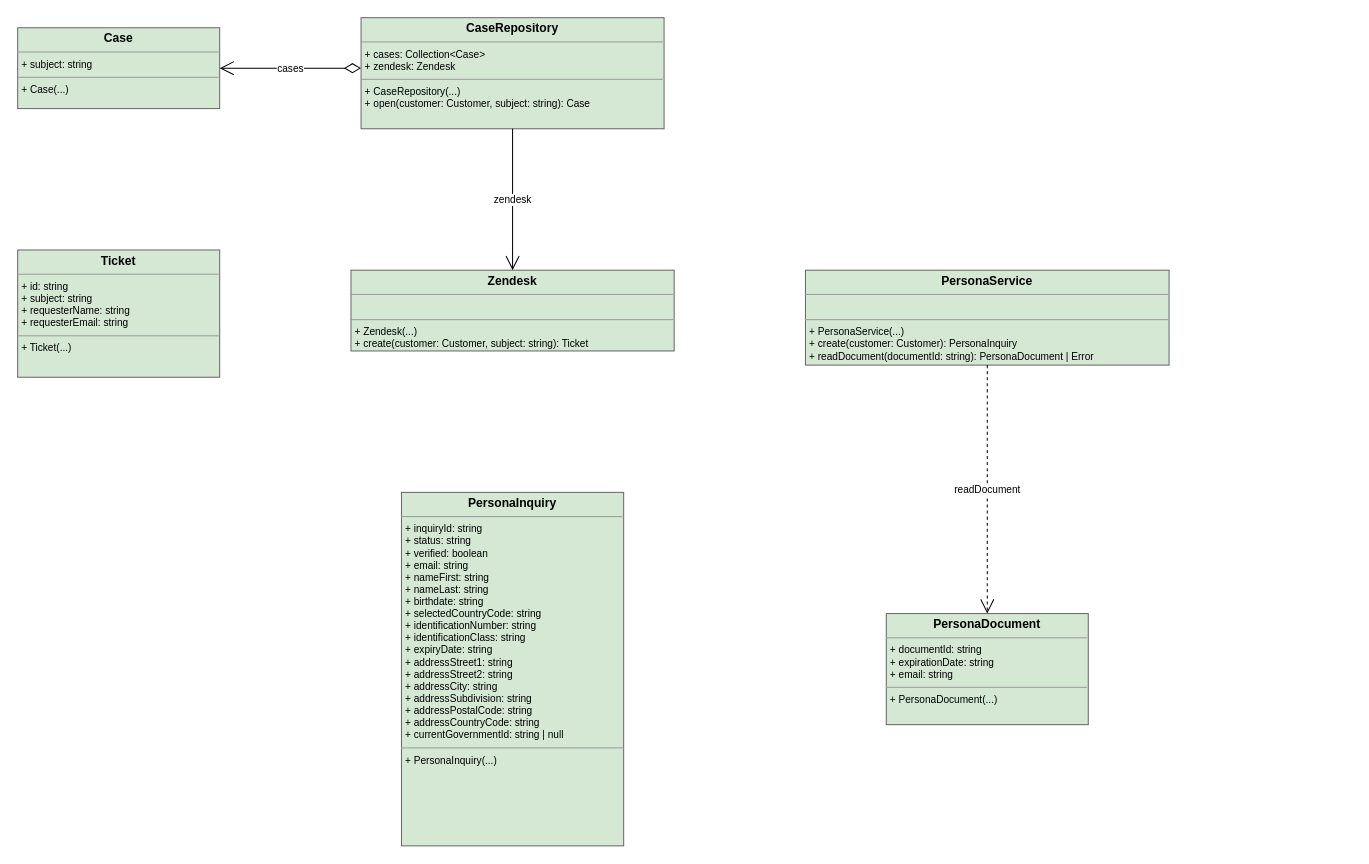
The draw.io diagram cdd_guidance/practices/clean_engineering/model/_examples/actual/from-drawio/to-drawio/care/care.drawio in abd-works/abd-context-driven-delivery, before the edit. Source tidied: cells renumbered, new cells numbered last; positions are measured from the earlier drawing's top-left corner, leaving out a move shared by most shapes. Both pictures are drawn from the tidied source at 101%, with x=0, y=0 at pixel (17, 17).
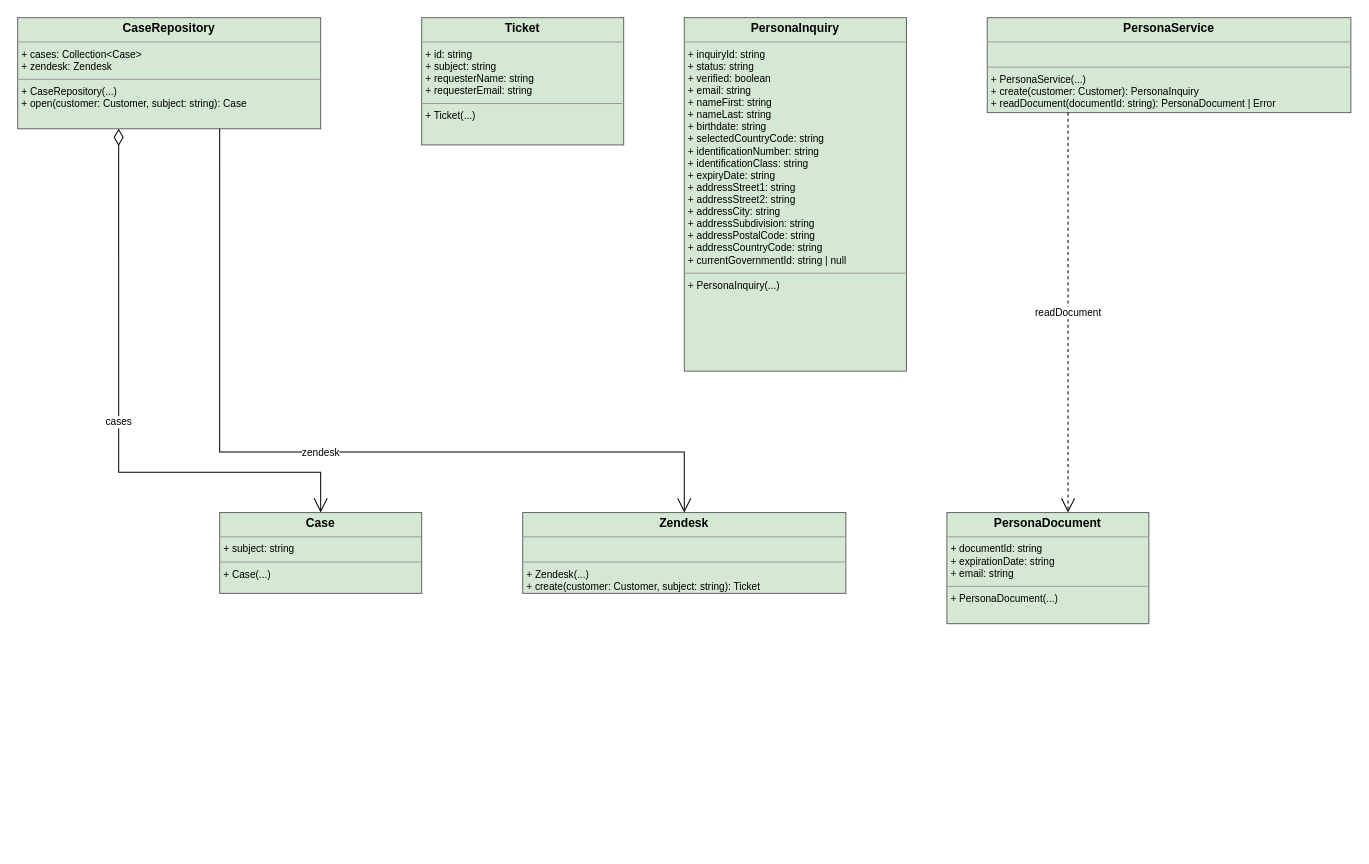
The same page after the edit.

Diff of the diagram source:
```diff
@@
 <mxGraphModel>
   <root>
     <mxCell id="0" />
     <mxCell id="1" parent="0" />
     <mxCell id="2" value="&lt;p style=&quot;margin:0px;margin-top:4px;text-align:center;&quot;&gt;&lt;b&gt;Case&lt;/b&gt;&lt;/p&gt;&lt;hr size=&quot;1&quot;/&gt;&lt;p style=&quot;margin:0px;margin-left:4px;font-size:10px;&quot;&gt;+ subject: string&lt;br/&gt;&lt;/p&gt;&lt;hr size=&quot;1&quot;/&gt;&lt;p style=&quot;margin:0px;margin-left:4px;font-size:10px;&quot;&gt;+ Case(...)&lt;br/&gt;&lt;/p&gt;" style="verticalAlign=top;align=left;overflow=fill;fontSize=12;fontFamily=Helvetica;html=1;whiteSpace=wrap;fillColor=#d5e8d4;strokeColor=#666666;module=Care;" parent="1" vertex="1">
-      <mxGeometry y="10" width="200" height="80" as="geometry" />
+      <mxGeometry x="200" y="490" width="200" height="80" as="geometry" />
     </mxCell>
     <mxCell id="3" value="&lt;p style=&quot;margin:0px;margin-top:4px;text-align:center;&quot;&gt;&lt;b&gt;CaseRepository&lt;/b&gt;&lt;/p&gt;&lt;hr size=&quot;1&quot;/&gt;&lt;p style=&quot;margin:0px;margin-left:4px;font-size:10px;&quot;&gt;+ cases: Collection&amp;lt;Case&amp;gt;&lt;br/&gt;+ zendesk: Zendesk&lt;br/&gt;&lt;/p&gt;&lt;hr size=&quot;1&quot;/&gt;&lt;p style=&quot;margin:0px;margin-left:4px;font-size:10px;&quot;&gt;+ CaseRepository(...)&lt;br/&gt;+ open(customer: Customer, subject: string): Case&lt;br/&gt;&lt;/p&gt;" style="verticalAlign=top;align=left;overflow=fill;fontSize=12;fontFamily=Helvetica;html=1;whiteSpace=wrap;fillColor=#d5e8d4;strokeColor=#666666;module=Care;" parent="1" vertex="1">
-      <mxGeometry x="340" width="300" height="110" as="geometry" />
+      <mxGeometry width="300" height="110" as="geometry" />
     </mxCell>
     <mxCell id="4" value="&lt;p style=&quot;margin:0px;margin-top:4px;text-align:center;&quot;&gt;&lt;b&gt;Ticket&lt;/b&gt;&lt;/p&gt;&lt;hr size=&quot;1&quot;/&gt;&lt;p style=&quot;margin:0px;margin-left:4px;font-size:10px;&quot;&gt;+ id: string&lt;br/&gt;+ subject: string&lt;br/&gt;+ requesterName: string&lt;br/&gt;+ requesterEmail: string&lt;br/&gt;&lt;/p&gt;&lt;hr size=&quot;1&quot;/&gt;&lt;p style=&quot;margin:0px;margin-left:4px;font-size:10px;&quot;&gt;+ Ticket(...)&lt;br/&gt;&lt;/p&gt;" style="verticalAlign=top;align=left;overflow=fill;fontSize=12;fontFamily=Helvetica;html=1;whiteSpace=wrap;fillColor=#d5e8d4;strokeColor=#666666;module=Care;" parent="1" vertex="1">
-      <mxGeometry y="230" width="200" height="126" as="geometry" />
+      <mxGeometry x="400" width="200" height="126" as="geometry" />
     </mxCell>
     <mxCell id="5" value="&lt;p style=&quot;margin:0px;margin-top:4px;text-align:center;&quot;&gt;&lt;b&gt;Zendesk&lt;/b&gt;&lt;/p&gt;&lt;hr size=&quot;1&quot;/&gt;&lt;p style=&quot;margin:0px;margin-left:4px;font-size:10px;&quot;&gt;&lt;br/&gt;&lt;/p&gt;&lt;hr size=&quot;1&quot;/&gt;&lt;p style=&quot;margin:0px;margin-left:4px;font-size:10px;&quot;&gt;+ Zendesk(...)&lt;br/&gt;+ create(customer: Customer, subject: string): Ticket&lt;br/&gt;&lt;/p&gt;" style="verticalAlign=top;align=left;overflow=fill;fontSize=12;fontFamily=Helvetica;html=1;whiteSpace=wrap;fillColor=#d5e8d4;strokeColor=#666666;module=Care;" parent="1" vertex="1">
-      <mxGeometry x="330" y="250" width="320" height="80" as="geometry" />
+      <mxGeometry x="500" y="490" width="320" height="80" as="geometry" />
     </mxCell>
     <mxCell id="6" value="&lt;p style=&quot;margin:0px;margin-top:4px;text-align:center;&quot;&gt;&lt;b&gt;PersonaInquiry&lt;/b&gt;&lt;/p&gt;&lt;hr size=&quot;1&quot;/&gt;&lt;p style=&quot;margin:0px;margin-left:4px;font-size:10px;&quot;&gt;+ inquiryId: string&lt;br/&gt;+ status: string&lt;br/&gt;+ verified: boolean&lt;br/&gt;+ email: string&lt;br/&gt;+ nameFirst: string&lt;br/&gt;+ nameLast: string&lt;br/&gt;+ birthdate: string&lt;br/&gt;+ selectedCountryCode: string&lt;br/&gt;+ identificationNumber: string&lt;br/&gt;+ identificationClass: string&lt;br/&gt;+ expiryDate: string&lt;br/&gt;+ addressStreet1: string&lt;br/&gt;+ addressStreet2: string&lt;br/&gt;+ addressCity: string&lt;br/&gt;+ addressSubdivision: string&lt;br/&gt;+ addressPostalCode: string&lt;br/&gt;+ addressCountryCode: string&lt;br/&gt;+ currentGovernmentId: string | null&lt;br/&gt;&lt;/p&gt;&lt;hr size=&quot;1&quot;/&gt;&lt;p style=&quot;margin:0px;margin-left:4px;font-size:10px;&quot;&gt;+ PersonaInquiry(...)&lt;br/&gt;&lt;/p&gt;" style="verticalAlign=top;align=left;overflow=fill;fontSize=12;fontFamily=Helvetica;html=1;whiteSpace=wrap;fillColor=#d5e8d4;strokeColor=#666666;module=Care;" parent="1" vertex="1">
-      <mxGeometry x="380" y="470" width="220" height="350" as="geometry" />
+      <mxGeometry x="660" width="220" height="350" as="geometry" />
     </mxCell>
     <mxCell id="7" value="&lt;p style=&quot;margin:0px;margin-top:4px;text-align:center;&quot;&gt;&lt;b&gt;PersonaDocument&lt;/b&gt;&lt;/p&gt;&lt;hr size=&quot;1&quot;/&gt;&lt;p style=&quot;margin:0px;margin-left:4px;font-size:10px;&quot;&gt;+ documentId: string&lt;br/&gt;+ expirationDate: string&lt;br/&gt;+ email: string&lt;br/&gt;&lt;/p&gt;&lt;hr size=&quot;1&quot;/&gt;&lt;p style=&quot;margin:0px;margin-left:4px;font-size:10px;&quot;&gt;+ PersonaDocument(...)&lt;br/&gt;&lt;/p&gt;" style="verticalAlign=top;align=left;overflow=fill;fontSize=12;fontFamily=Helvetica;html=1;whiteSpace=wrap;fillColor=#d5e8d4;strokeColor=#666666;module=Care;" parent="1" vertex="1">
-      <mxGeometry x="860" y="590" width="200" height="110" as="geometry" />
+      <mxGeometry x="920" y="490" width="200" height="110" as="geometry" />
     </mxCell>
     <mxCell id="8" value="&lt;p style=&quot;margin:0px;margin-top:4px;text-align:center;&quot;&gt;&lt;b&gt;PersonaService&lt;/b&gt;&lt;/p&gt;&lt;hr size=&quot;1&quot;/&gt;&lt;p style=&quot;margin:0px;margin-left:4px;font-size:10px;&quot;&gt;&lt;br/&gt;&lt;/p&gt;&lt;hr size=&quot;1&quot;/&gt;&lt;p style=&quot;margin:0px;margin-left:4px;font-size:10px;&quot;&gt;+ PersonaService(...)&lt;br/&gt;+ create(customer: Customer): PersonaInquiry&lt;br/&gt;+ readDocument(documentId: string): PersonaDocument | Error&lt;br/&gt;&lt;/p&gt;" style="verticalAlign=top;align=left;overflow=fill;fontSize=12;fontFamily=Helvetica;html=1;whiteSpace=wrap;fillColor=#d5e8d4;strokeColor=#666666;module=Care;" parent="1" vertex="1">
-      <mxGeometry x="780" y="250" width="360" height="94" as="geometry" />
+      <mxGeometry x="960" width="360" height="94" as="geometry" />
     </mxCell>
-    <mxCell id="9" value="cases" style="edgeStyle=orthogonalEdgeStyle;rounded=0;html=1;fontSize=10;labelBackgroundColor=#ffffff;startArrow=diamondThin;startFill=0;startSize=14;endArrow=open;endSize=12;exitX=0.0;exitY=0.4545;exitDx=0;exitDy=0;exitPerimeter=0;entryX=1.0;entryY=0.5;entryDx=0;entryDy=0;entryPerimeter=0;" parent="1" edge="1" source="3" target="2">
-      <mxGeometry relative="1" as="geometry" />
+    <mxCell id="9" value="cases" style="edgeStyle=orthogonalEdgeStyle;rounded=0;html=1;fontSize=10;labelBackgroundColor=#ffffff;startArrow=diamondThin;startFill=0;startSize=14;endArrow=open;endSize=12;exitX=0.3333;exitY=1.0;exitDx=0;exitDy=0;exitPerimeter=0;entryX=0.5;entryY=0.0;entryDx=0;entryDy=0;entryPerimeter=0;" parent="1" edge="1" source="3" target="2">
+      <mxGeometry relative="1" as="geometry">
+        <Array as="points">
+          <mxPoint x="100" y="450" />
+          <mxPoint x="300" y="450" />
+        </Array>
+      </mxGeometry>
     </mxCell>
-    <mxCell id="10" value="zendesk" style="edgeStyle=orthogonalEdgeStyle;rounded=0;html=1;fontSize=10;labelBackgroundColor=#ffffff;endArrow=open;endSize=12;exitX=0.5;exitY=1.0;exitDx=0;exitDy=0;exitPerimeter=0;entryX=0.5;entryY=0.0;entryDx=0;entryDy=0;entryPerimeter=0;" parent="1" edge="1" source="3" target="5">
-      <mxGeometry relative="1" as="geometry" />
+    <mxCell id="10" value="zendesk" style="edgeStyle=orthogonalEdgeStyle;rounded=0;html=1;fontSize=10;labelBackgroundColor=#ffffff;endArrow=open;endSize=12;exitX=0.6667;exitY=1.0;exitDx=0;exitDy=0;exitPerimeter=0;entryX=0.5;entryY=0.0;entryDx=0;entryDy=0;entryPerimeter=0;" parent="1" edge="1" source="3" target="5">
+      <mxGeometry relative="1" as="geometry">
+        <Array as="points">
+          <mxPoint x="200" y="430" />
+          <mxPoint x="660" y="430" />
+        </Array>
+      </mxGeometry>
     </mxCell>
-    <mxCell id="11" value="readDocument" style="edgeStyle=orthogonalEdgeStyle;rounded=0;html=1;fontSize=10;labelBackgroundColor=#ffffff;dashed=1;endArrow=open;endSize=12;exitX=0.5;exitY=1.0;exitDx=0;exitDy=0;exitPerimeter=0;entryX=0.5;entryY=0.0;entryDx=0;entryDy=0;entryPerimeter=0;" parent="1" edge="1" source="8" target="7">
+    <mxCell id="11" value="readDocument" style="edgeStyle=orthogonalEdgeStyle;rounded=0;html=1;fontSize=10;labelBackgroundColor=#ffffff;dashed=1;endArrow=open;endSize=12;exitX=0.2222;exitY=1.0;exitDx=0;exitDy=0;exitPerimeter=0;entryX=0.6;entryY=0.0;entryDx=0;entryDy=0;entryPerimeter=0;" parent="1" edge="1" source="8" target="7">
       <mxGeometry relative="1" as="geometry" />
     </mxCell>
   </root>
 </mxGraphModel>
```
